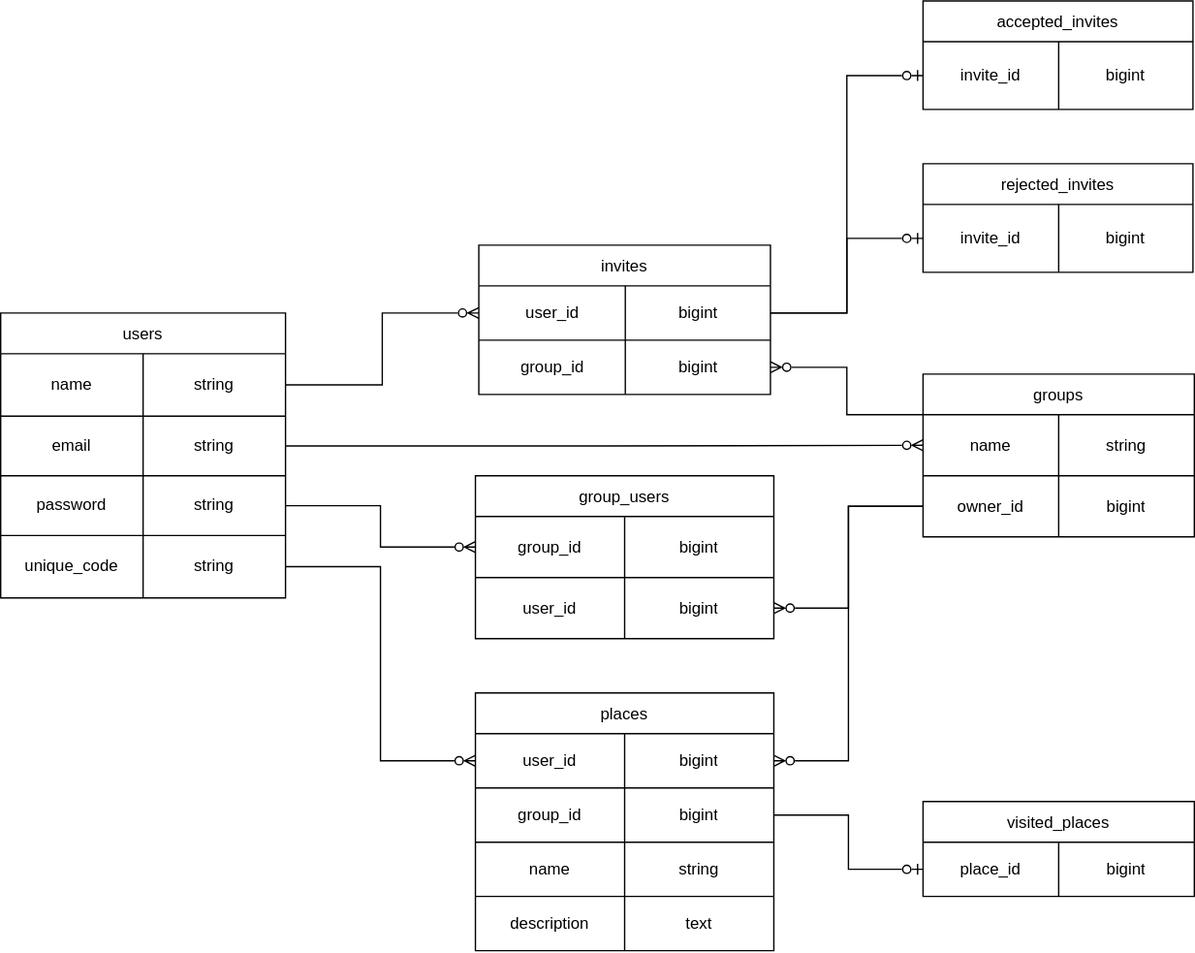
This is docs/er.drawio.svg from NaotoCoding/wanna-go, a draw.io export, as it was before one commit. Source tidied: cells renumbered, new cells last; positions are measured from the earlier drawing's top-left corner, leaving out a move shared by most shapes.
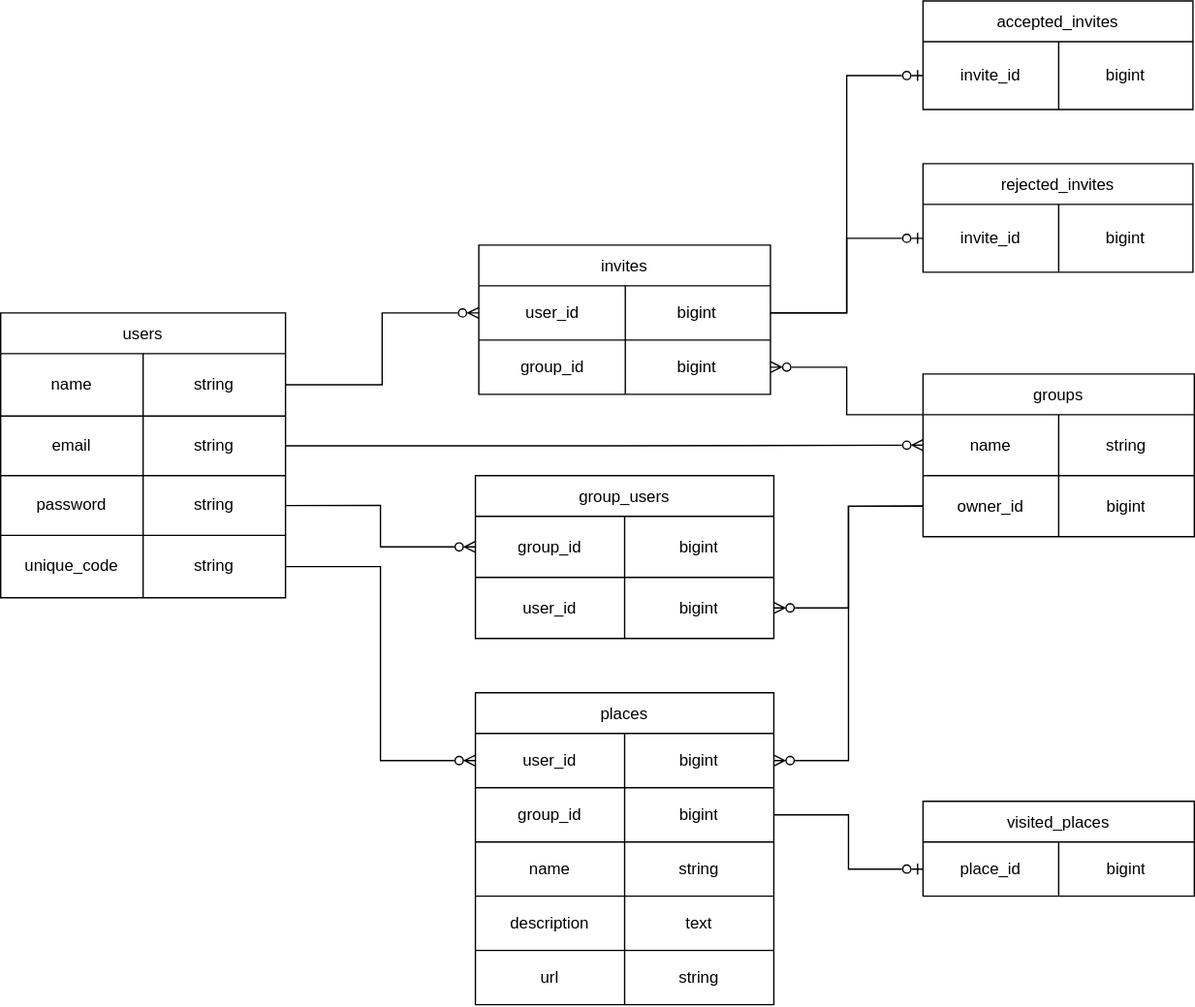
After the change.

Commit message:
テーブル図を修正

Diff of the diagram source:
```diff
@@ -150,7 +150,7 @@
       <mxGeometry relative="1" as="geometry" />
     </mxCell>
     <mxCell id="51" value="places" style="shape=table;startSize=30;" parent="1" vertex="1">
-      <mxGeometry x="350" y="510" width="220" height="190" as="geometry" />
+      <mxGeometry x="350" y="510" width="220" height="230" as="geometry" />
     </mxCell>
     <mxCell id="52" style="shape=tableRow;horizontal=0;startSize=0;swimlaneHead=0;swimlaneBody=0;strokeColor=inherit;top=0;left=0;bottom=0;right=0;fillColor=none;points=[[0,0.5],[1,0.5]];portConstraint=eastwest;" parent="51" vertex="1">
       <mxGeometry y="30" width="220" height="40" as="geometry" />
@@ -179,13 +179,22 @@
     <mxCell id="60" value="string" style="shape=partialRectangle;html=1;whiteSpace=wrap;strokeColor=inherit;overflow=hidden;fillColor=none;top=0;left=0;bottom=0;right=0;" parent="58" vertex="1">
       <mxGeometry x="110" width="110" height="40" as="geometry" />
     </mxCell>
+    <mxCell id="71" style="shape=tableRow;horizontal=0;startSize=0;swimlaneHead=0;swimlaneBody=0;strokeColor=inherit;top=0;left=0;bottom=0;right=0;fillColor=none;" parent="51" vertex="1">
+      <mxGeometry y="150" width="220" height="40" as="geometry" />
+    </mxCell>
+    <mxCell id="72" value="description" style="shape=partialRectangle;html=1;whiteSpace=wrap;strokeColor=inherit;overflow=hidden;fillColor=none;top=0;left=0;bottom=0;right=0;" parent="71" vertex="1">
+      <mxGeometry width="110" height="40" as="geometry" />
+    </mxCell>
+    <mxCell id="73" value="text" style="shape=partialRectangle;html=1;whiteSpace=wrap;strokeColor=inherit;overflow=hidden;fillColor=none;top=0;left=0;bottom=0;right=0;" parent="71" vertex="1">
+      <mxGeometry x="110" width="110" height="40" as="geometry" />
+    </mxCell>
     <mxCell id="61" style="shape=tableRow;horizontal=0;startSize=0;swimlaneHead=0;swimlaneBody=0;strokeColor=inherit;top=0;left=0;bottom=0;right=0;fillColor=none;" parent="51" vertex="1">
-      <mxGeometry y="150" width="220" height="40" as="geometry" />
+      <mxGeometry y="190" width="220" height="40" as="geometry" />
     </mxCell>
-    <mxCell id="62" value="description" style="shape=partialRectangle;html=1;whiteSpace=wrap;strokeColor=inherit;overflow=hidden;fillColor=none;top=0;left=0;bottom=0;right=0;" parent="61" vertex="1">
+    <mxCell id="62" value="url" style="shape=partialRectangle;html=1;whiteSpace=wrap;strokeColor=inherit;overflow=hidden;fillColor=none;top=0;left=0;bottom=0;right=0;" parent="61" vertex="1">
       <mxGeometry width="110" height="40" as="geometry" />
     </mxCell>
-    <mxCell id="63" value="text" style="shape=partialRectangle;html=1;whiteSpace=wrap;strokeColor=inherit;overflow=hidden;fillColor=none;top=0;left=0;bottom=0;right=0;" parent="61" vertex="1">
+    <mxCell id="63" value="string" style="shape=partialRectangle;html=1;whiteSpace=wrap;strokeColor=inherit;overflow=hidden;fillColor=none;top=0;left=0;bottom=0;right=0;" parent="61" vertex="1">
       <mxGeometry x="110" width="110" height="40" as="geometry" />
     </mxCell>
     <mxCell id="64" style="edgeStyle=orthogonalEdgeStyle;rounded=0;jettySize=auto;html=1;exitX=1;exitY=0.5;exitDx=0;exitDy=0;entryX=0;entryY=0.5;entryDx=0;entryDy=0;endArrow=ERzeroToMany;endFill=0;" parent="1" edge="1" source="12" target="52">
```
